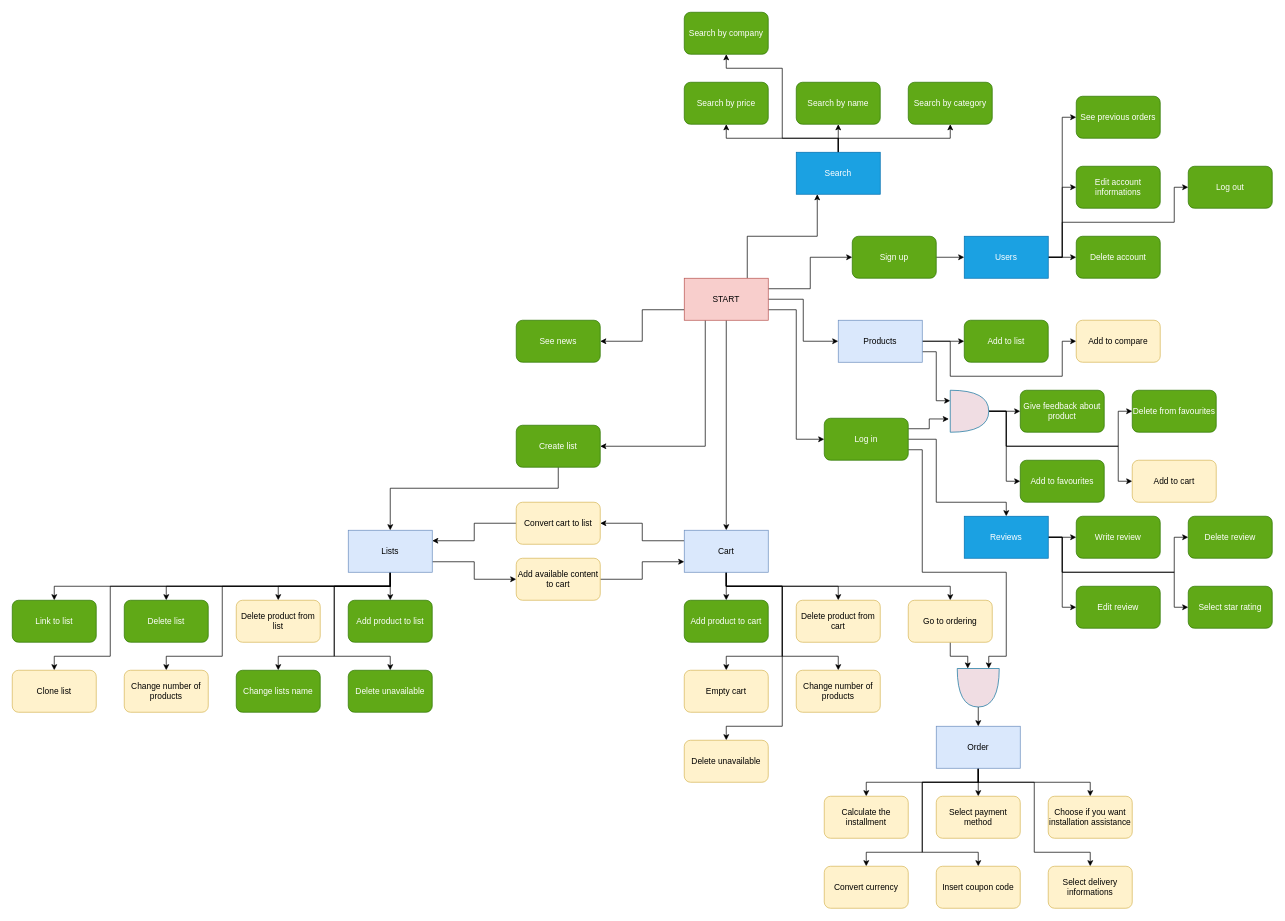
Earlier version of the draw.io diagram Documentation/DrawioFiles/functionalitiesSchema.drawio (Rumi152/X-KOMdb). Source tidied: cells renumbered, new cells numbered last; positions are measured from the earlier drawing's top-left corner, leaving out a move shared by most shapes. Both pictures are drawn from the tidied source at 70%, with x=0, y=0 at pixel (12, 12).
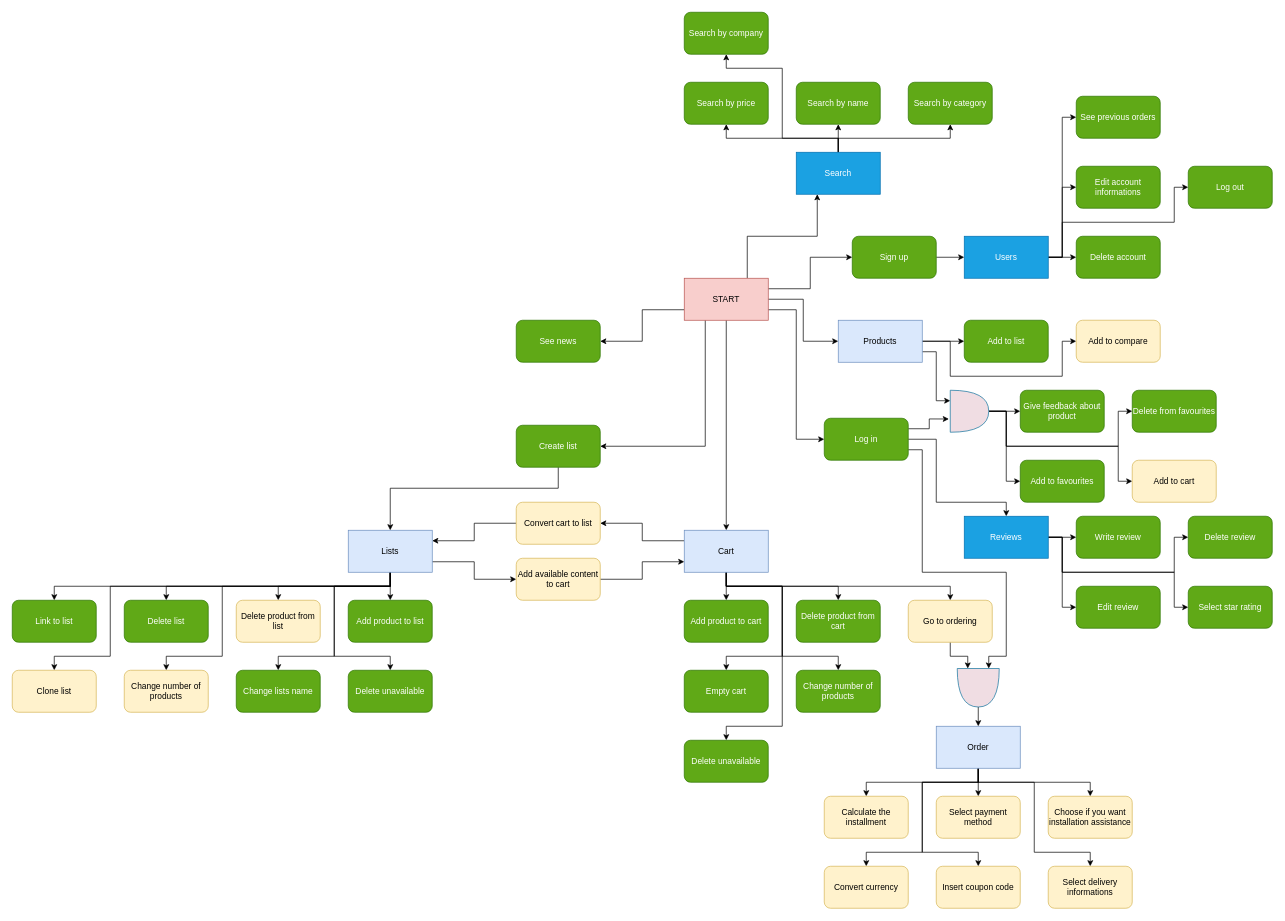
The same page after the edit.

Commit message (it also covers changes not shown here):
implemented deleting and changing amount of items in cart

Diff of the diagram source:
```diff
@@
-    <mxCell id="60" value="Change number of products" style="rounded=1;whiteSpace=wrap;html=1;fillColor=#fff2cc;strokeColor=#d6b656;fontColor=#000000;" parent="1" vertex="1">
+    <mxCell id="60" value="Change number of products" style="rounded=1;whiteSpace=wrap;html=1;fillColor=#60a917;strokeColor=#2D7600;fontColor=#ffffff;" parent="1" vertex="1">
       <mxGeometry x="1120" y="940" width="120" height="60" as="geometry" />
     </mxCell>
@@
-    <mxCell id="64" value="Delete product from cart" style="rounded=1;whiteSpace=wrap;html=1;strokeColor=#d6b656;fontFamily=Helvetica;fontSize=12;fontColor=#000000;fillColor=#fff2cc;" parent="1" vertex="1">
+    <mxCell id="64" value="Delete product from cart" style="rounded=1;whiteSpace=wrap;html=1;strokeColor=#2D7600;fontFamily=Helvetica;fontSize=12;fontColor=#ffffff;fillColor=#60a917;" parent="1" vertex="1">
       <mxGeometry x="1120" y="840" width="120" height="60" as="geometry" />
     </mxCell>
@@
-    <mxCell id="109" value="Empty cart" style="rounded=1;whiteSpace=wrap;html=1;fillColor=#fff2cc;strokeColor=#d6b656;fontColor=#000000;" parent="1" vertex="1">
+    <mxCell id="109" value="Empty cart" style="rounded=1;whiteSpace=wrap;html=1;fillColor=#60a917;strokeColor=#2D7600;fontColor=#ffffff;" parent="1" vertex="1">
       <mxGeometry x="960" y="940" width="120" height="60" as="geometry" />
     </mxCell>
-    <mxCell id="110" value="Delete unavailable" style="rounded=1;whiteSpace=wrap;html=1;fillColor=#fff2cc;strokeColor=#d6b656;fontColor=#000000;" parent="1" vertex="1">
+    <mxCell id="110" value="Delete unavailable" style="rounded=1;whiteSpace=wrap;html=1;fillColor=#60a917;strokeColor=#2D7600;fontColor=#ffffff;" parent="1" vertex="1">
       <mxGeometry x="960" y="1040" width="120" height="60" as="geometry" />
     </mxCell>
```
